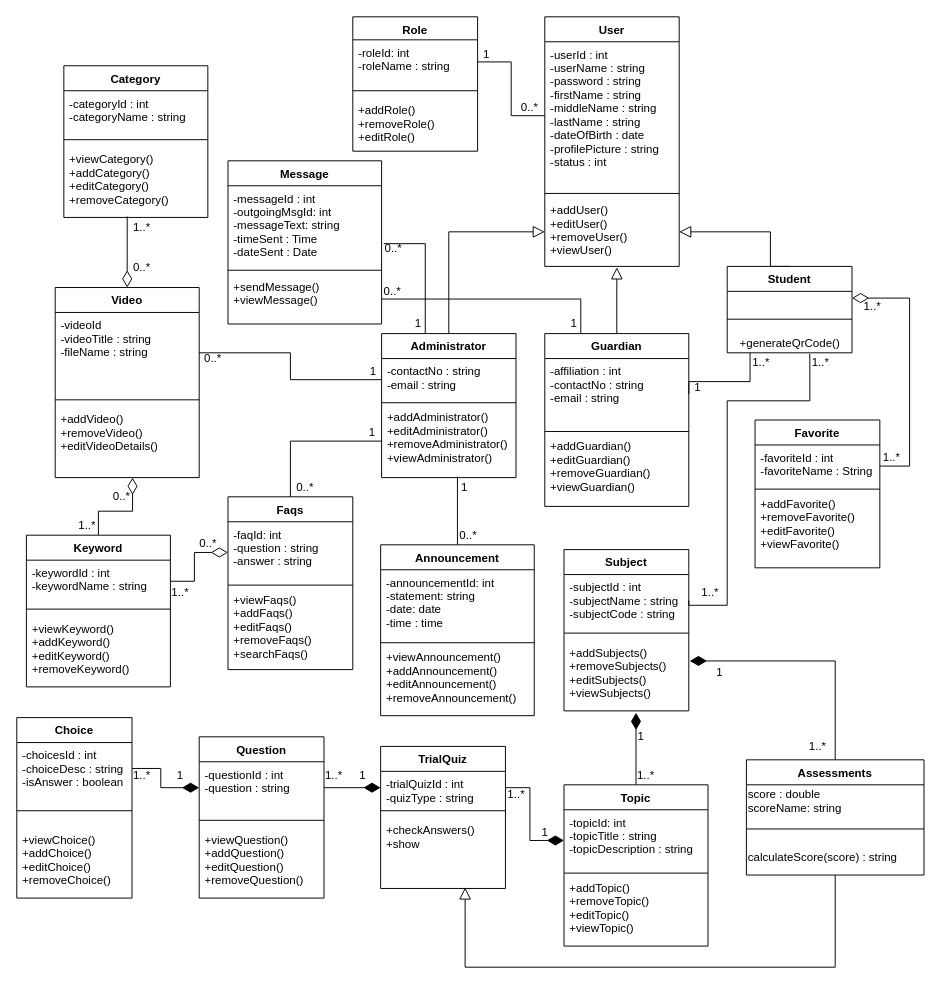
Before: page "ClassDiagram" (4 of 7) of REVISIONS/UML-DIAGRAMS/6-9-2021/ACTIVITY DIAGRAM/ACTIVITY DIAGRAM3.drawio in mrklglsn/CAPSTONE-FILES, a draw.io diagram. Source tidied: cells renumbered, new cells numbered last; positions are measured from the earlier drawing's top-left corner, leaving out a move shared by most shapes. Both pictures are drawn from the tidied source at 96%, with x=0, y=0 at pixel (16, 16).
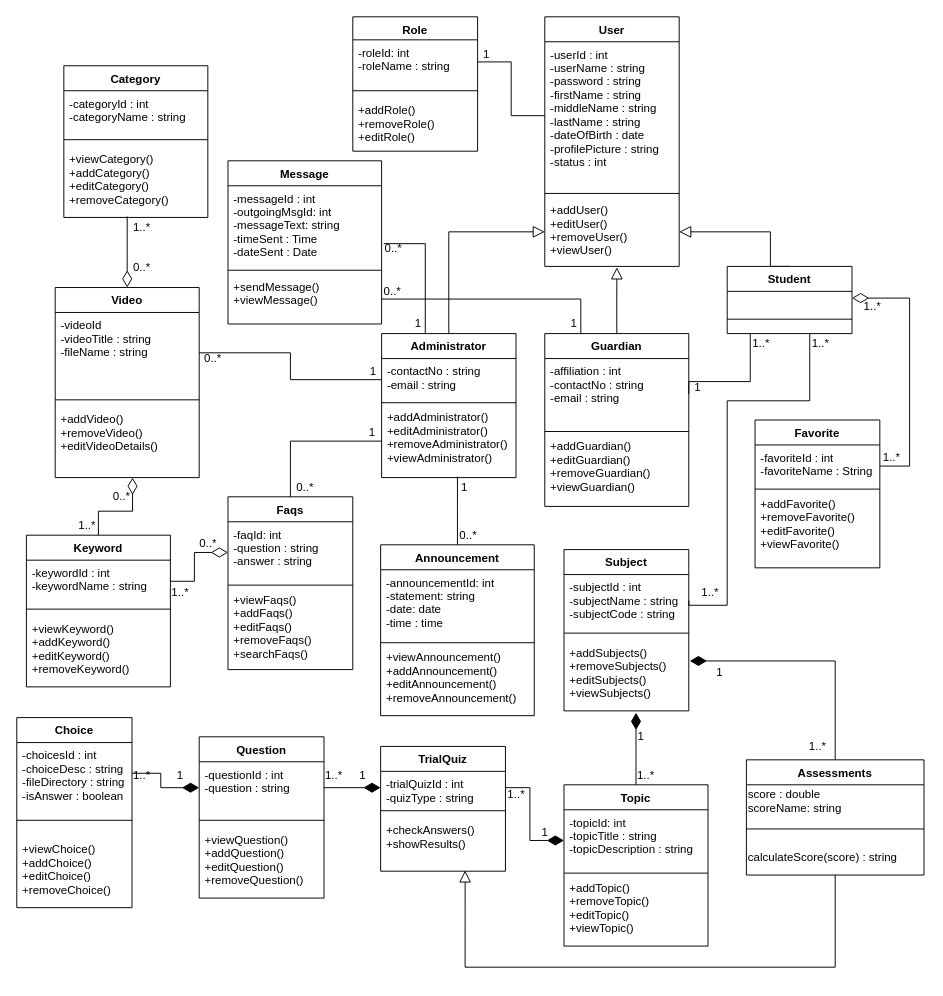
The same diagram, later.

The change refers to these unchanged cells:
```xml
<mxCell id="28" value="-subjectId : int&#10;-subjectName : string&#10;-subjectCode : string&#10;&#10;" style="text;strokeColor=none;fillColor=none;align=left;verticalAlign=top;spacingLeft=4;spacingRight=4;overflow=hidden;points=[[0,0.5],[1,0.5]];portConstraint=eastwest;" parent="27" vertex="1">
  <mxGeometry y="26" width="130" height="54" as="geometry" />
</mxCell>
<mxCell id="64" value="-affiliation : int&#10;-contactNo : string&#10;-email : string" style="text;strokeColor=none;fillColor=none;align=left;verticalAlign=top;spacingLeft=4;spacingRight=4;overflow=hidden;points=[[0,0.5],[1,0.5]];portConstraint=eastwest;glass=0;" parent="63" vertex="1">
  <mxGeometry y="26" width="150" height="74" as="geometry" />
</mxCell>
```

Diff of the diagram source:
```diff
@@
     <mxCell id="13" value="Student" style="swimlane;fontStyle=1;align=center;verticalAlign=top;horizontal=1;startSize=26;" parent="1" vertex="1">
-      <mxGeometry x="740" y="260" width="130" height="90" as="geometry" />
+      <mxGeometry x="740" y="260" width="130" height="70" as="geometry" />
     </mxCell>
@@
-    <mxCell id="16" value="+generateQrCode()" style="text;html=1;align=center;verticalAlign=middle;points=[];strokeColor=none;" parent="13" vertex="1">
-      <mxGeometry y="70" width="130" height="20" as="geometry" />
-    </mxCell>
@@
     <mxCell id="22" value="TrialQuiz" style="swimlane;fontStyle=1;align=center;verticalAlign=top;horizontal=1;startSize=26;" parent="1" vertex="1">
-      <mxGeometry x="379" y="760" width="130" height="148" as="geometry" />
+      <mxGeometry x="379" y="760" width="130" height="130" as="geometry" />
     </mxCell>
@@
-    <mxCell id="25" value="+checkAnswers()&#10;+show" style="text;strokeColor=none;fillColor=none;align=left;verticalAlign=top;spacingLeft=4;spacingRight=4;overflow=hidden;points=[[0,0.5],[1,0.5]];portConstraint=eastwest;" parent="22" vertex="1">
-      <mxGeometry y="74" width="130" height="74" as="geometry" />
+    <mxCell id="25" value="+checkAnswers()&#10;+showResults()" style="text;strokeColor=none;fillColor=none;align=left;verticalAlign=top;spacingLeft=4;spacingRight=4;overflow=hidden;points=[[0,0.5],[1,0.5]];portConstraint=eastwest;" parent="22" vertex="1">
+      <mxGeometry y="74" width="130" height="56" as="geometry" />
     </mxCell>
-    <mxCell id="26" style="edgeStyle=orthogonalEdgeStyle;rounded=0;jettySize=auto;html=1;exitX=1;exitY=0.5;exitDx=0;exitDy=0;entryX=0.662;entryY=1.05;entryDx=0;entryDy=0;entryPerimeter=0;endArrow=none;endFill=0;endSize=15;" parent="1" edge="1" source="28" target="16">
+    <mxCell id="26" style="edgeStyle=orthogonalEdgeStyle;rounded=0;jettySize=auto;html=1;exitX=1;exitY=0.5;exitDx=0;exitDy=0;endArrow=none;endFill=0;endSize=15;" parent="1" edge="1" source="28">
       <mxGeometry relative="1" as="geometry">
+        <mxPoint x="826" y="330" as="targetPoint" />
         <Array as="points">
           <mxPoint x="740" y="613" />
           <mxPoint x="740" y="400" />
           <mxPoint x="826" y="400" />
         </Array>
       </mxGeometry>
     </mxCell>
@@
     <mxCell id="36" value="Choice" style="swimlane;fontStyle=1;align=center;verticalAlign=top;horizontal=1;startSize=26;" parent="1" vertex="1">
-      <mxGeometry y="730" width="120" height="188" as="geometry" />
+      <mxGeometry y="730" width="120" height="198" as="geometry" />
     </mxCell>
-    <mxCell id="37" value="-choicesId : int&#10;-choiceDesc : string&#10;-isAnswer : boolean" style="text;strokeColor=none;fillColor=none;align=left;verticalAlign=top;spacingLeft=4;spacingRight=4;overflow=hidden;points=[[0,0.5],[1,0.5]];portConstraint=eastwest;" parent="36" vertex="1">
-      <mxGeometry y="26" width="120" height="54" as="geometry" />
+    <mxCell id="37" value="-choicesId : int&#10;-choiceDesc : string&#10;-fileDirectory : string&#10;-isAnswer : boolean" style="text;strokeColor=none;fillColor=none;align=left;verticalAlign=top;spacingLeft=4;spacingRight=4;overflow=hidden;points=[[0,0.5],[1,0.5]];portConstraint=eastwest;" parent="36" vertex="1">
+      <mxGeometry y="26" width="120" height="64" as="geometry" />
     </mxCell>
     <mxCell id="38" style="line;strokeWidth=1;fillColor=none;align=left;verticalAlign=middle;spacingTop=-1;spacingLeft=3;spacingRight=3;labelPosition=right;" parent="36" vertex="1">
-      <mxGeometry y="80" width="120" height="34" as="geometry" />
+      <mxGeometry y="90" width="120" height="34" as="geometry" />
     </mxCell>
     <mxCell id="39" value="+viewChoice()&#10;+addChoice()&#10;+editChoice()&#10;+removeChoice()" style="text;strokeColor=none;fillColor=none;align=left;verticalAlign=top;spacingLeft=4;spacingRight=4;overflow=hidden;" parent="36" vertex="1">
-      <mxGeometry y="114" width="120" height="74" as="geometry" />
+      <mxGeometry y="124" width="120" height="74" as="geometry" />
     </mxCell>
@@
-    <mxCell id="83" style="edgeStyle=orthogonalEdgeStyle;rounded=0;jettySize=auto;html=1;exitX=1;exitY=0.5;exitDx=0;exitDy=0;entryX=0.183;entryY=1.003;entryDx=0;entryDy=0;entryPerimeter=0;endArrow=none;endFill=0;endSize=15;" parent="1" edge="1" source="64" target="16">
+    <mxCell id="83" style="edgeStyle=orthogonalEdgeStyle;rounded=0;jettySize=auto;html=1;exitX=1;exitY=0.5;exitDx=0;exitDy=0;endArrow=none;endFill=0;endSize=15;" parent="1" edge="1" source="64">
       <mxGeometry relative="1" as="geometry">
+        <mxPoint x="764" y="330" as="targetPoint" />
         <Array as="points">
           <mxPoint x="700" y="380" />
           <mxPoint x="764" y="380" />
         </Array>
       </mxGeometry>
     </mxCell>
@@
-    <mxCell id="89" value="0..*" style="text;html=1;align=center;verticalAlign=middle;strokeColor=none;" parent="1" vertex="1">
-      <mxGeometry x="519" y="85" width="30" height="20" as="geometry" />
-    </mxCell>
@@
     <mxCell id="95" value="1..*" style="text;html=1;align=center;verticalAlign=middle;strokeColor=none;" parent="1" vertex="1">
-      <mxGeometry x="760" y="350" width="30" height="20" as="geometry" />
+      <mxGeometry x="760" y="330" width="30" height="20" as="geometry" />
     </mxCell>
@@
     <mxCell id="125" value="1..*" style="text;html=1;align=center;verticalAlign=middle;strokeColor=none;" parent="1" vertex="1">
-      <mxGeometry x="822" y="350" width="30" height="20" as="geometry" />
+      <mxGeometry x="822" y="330" width="30" height="20" as="geometry" />
     </mxCell>
```
